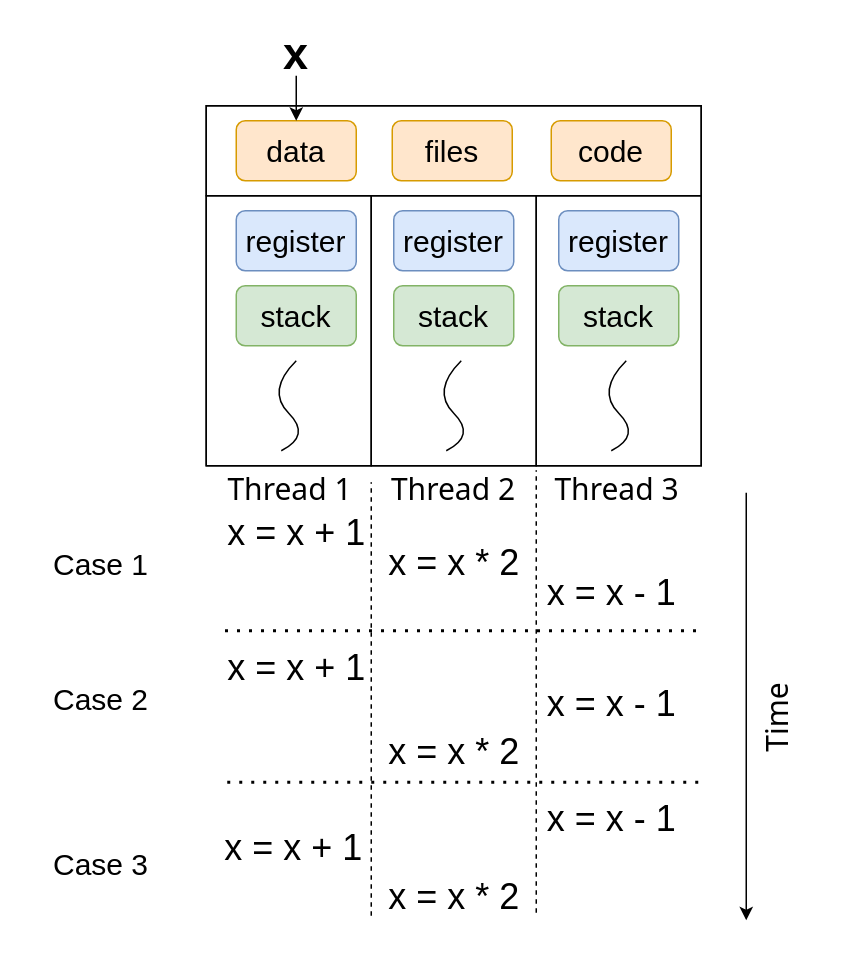
godaai/scale-py-zh keeps this draw.io diagram as drawio/ch-intro/thread-safe.drawio. Above is the earlier version. Source tidied: cells renumbered, new cells numbered last; positions are measured from the earlier drawing's top-left corner, leaving out a move shared by most shapes. Both pictures are drawn from the tidied source at 150%, with x=0, y=0 at pixel (26, 30).
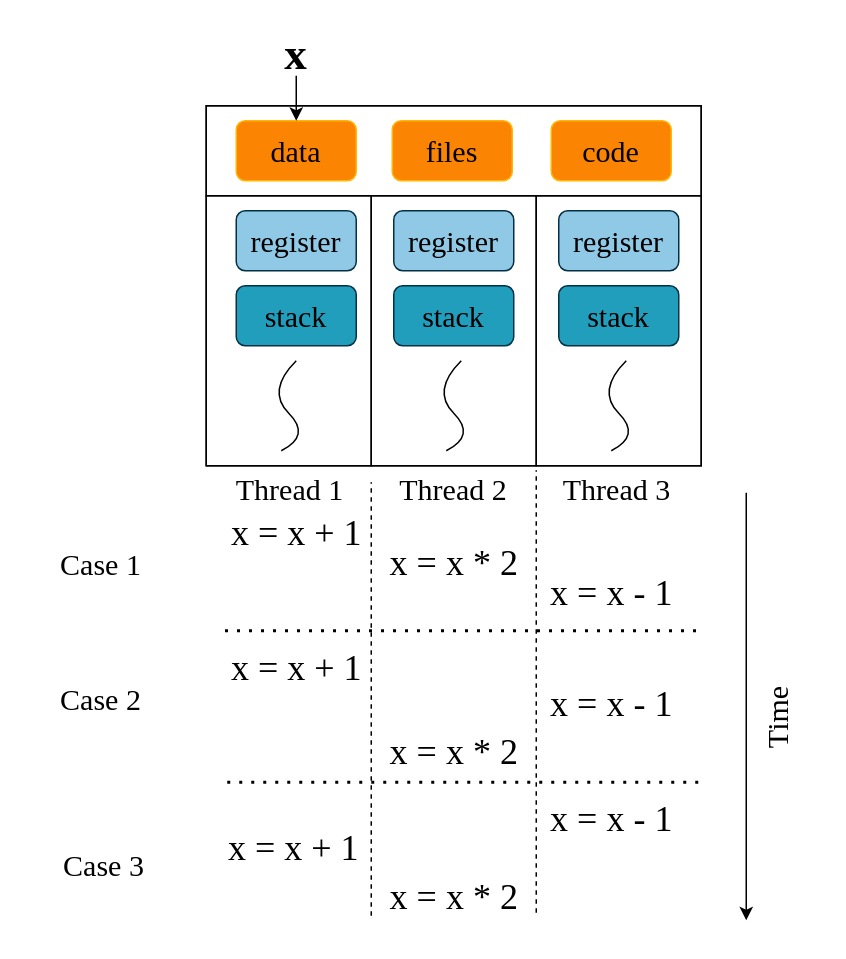
Above is the later version.

Change to the diagram source:
```diff
@@
-    <mxCell id="2" style="rounded=0;whiteSpace=wrap;html=1;fontSize=18;fillColor=none;" parent="1" vertex="1">
+    <mxCell id="2" style="rounded=0;whiteSpace=wrap;html=1;fontSize=18;fillColor=none;fontFamily=Times New Roman;" parent="1" vertex="1">
       <mxGeometry x="340" y="110" width="110" height="180" as="geometry" />
     </mxCell>
-    <mxCell id="3" style="rounded=0;whiteSpace=wrap;html=1;fontSize=18;fillColor=none;" parent="1" vertex="1">
+    <mxCell id="3" style="rounded=0;whiteSpace=wrap;html=1;fontSize=18;fillColor=none;fontFamily=Times New Roman;" parent="1" vertex="1">
       <mxGeometry x="120" y="110" width="110" height="180" as="geometry" />
     </mxCell>
-    <mxCell id="4" style="rounded=0;whiteSpace=wrap;html=1;fillColor=none;" parent="1" vertex="1">
+    <mxCell id="4" style="rounded=0;whiteSpace=wrap;html=1;fillColor=none;fontFamily=Times New Roman;" parent="1" vertex="1">
       <mxGeometry x="120" y="50" width="330" height="240" as="geometry" />
     </mxCell>
-    <mxCell id="5" style="rounded=0;whiteSpace=wrap;html=1;fillColor=none;" parent="1" vertex="1">
+    <mxCell id="5" style="rounded=0;whiteSpace=wrap;html=1;fillColor=none;fontFamily=Times New Roman;" parent="1" vertex="1">
       <mxGeometry x="120" y="50" width="330" height="60" as="geometry" />
     </mxCell>
-    <mxCell id="6" value="data" style="rounded=1;whiteSpace=wrap;html=1;fillColor=#ffe6cc;strokeColor=#d79b00;fontSize=20;" parent="1" vertex="1">
+    <mxCell id="6" value="data" style="rounded=1;whiteSpace=wrap;html=1;fillColor=#FB8402;strokeColor=#FFB703;fontSize=20;fontFamily=Times New Roman;" parent="1" vertex="1">
       <mxGeometry x="140" y="60" width="80" height="40" as="geometry" />
     </mxCell>
-    <mxCell id="7" value="files" style="rounded=1;whiteSpace=wrap;html=1;fillColor=#ffe6cc;strokeColor=#d79b00;fontSize=20;" parent="1" vertex="1">
+    <mxCell id="7" value="files" style="rounded=1;whiteSpace=wrap;html=1;fillColor=#FB8402;strokeColor=#FFB703;fontSize=20;fontFamily=Times New Roman;" parent="1" vertex="1">
       <mxGeometry x="244" y="60" width="80" height="40" as="geometry" />
     </mxCell>
-    <mxCell id="8" style="curved=1;endArrow=none;html=1;rounded=0;fontSize=18;endFill=0;" parent="1" edge="1">
+    <mxCell id="8" style="curved=1;endArrow=none;html=1;rounded=0;fontSize=18;endFill=0;fontFamily=Times New Roman;" parent="1" edge="1">
       <mxGeometry relative="1" as="geometry">
         <mxPoint x="170" y="280" as="sourcePoint" />
         <mxPoint x="180" y="220" as="targetPoint" />
         <Array as="points">
           <mxPoint x="190" y="270" />
           <mxPoint x="160" y="240" />
         </Array>
       </mxGeometry>
     </mxCell>
-    <mxCell id="9" value="code" style="rounded=1;whiteSpace=wrap;html=1;fillColor=#ffe6cc;strokeColor=#d79b00;fontSize=20;" parent="1" vertex="1">
+    <mxCell id="9" value="code" style="rounded=1;whiteSpace=wrap;html=1;fillColor=#FB8402;strokeColor=#FFB703;fontSize=20;fontFamily=Times New Roman;" parent="1" vertex="1">
       <mxGeometry x="350" y="60" width="80" height="40" as="geometry" />
     </mxCell>
-    <mxCell id="10" style="rounded=0;whiteSpace=wrap;html=1;fontSize=18;fillColor=none;" parent="1" vertex="1">
+    <mxCell id="10" style="rounded=0;whiteSpace=wrap;html=1;fontSize=18;fillColor=none;fontFamily=Times New Roman;" parent="1" vertex="1">
       <mxGeometry x="230" y="110" width="110" height="180" as="geometry" />
     </mxCell>
-    <mxCell id="11" style="curved=1;endArrow=none;html=1;rounded=0;fontSize=18;endFill=0;" parent="1" edge="1">
+    <mxCell id="11" style="curved=1;endArrow=none;html=1;rounded=0;fontSize=18;endFill=0;fontFamily=Times New Roman;" parent="1" edge="1">
       <mxGeometry relative="1" as="geometry">
         <mxPoint x="280" y="280" as="sourcePoint" />
         <mxPoint x="290" y="220" as="targetPoint" />
         <Array as="points">
           <mxPoint x="300" y="270" />
           <mxPoint x="270" y="240" />
         </Array>
       </mxGeometry>
     </mxCell>
-    <mxCell id="12" style="curved=1;endArrow=none;html=1;rounded=0;fontSize=18;endFill=0;" parent="1" edge="1">
+    <mxCell id="12" style="curved=1;endArrow=none;html=1;rounded=0;fontSize=18;endFill=0;fontFamily=Times New Roman;" parent="1" edge="1">
       <mxGeometry relative="1" as="geometry">
         <mxPoint x="390" y="280" as="sourcePoint" />
         <mxPoint x="400" y="220" as="targetPoint" />
         <Array as="points">
           <mxPoint x="410" y="270" />
           <mxPoint x="380" y="240" />
         </Array>
       </mxGeometry>
     </mxCell>
-    <mxCell id="13" value="register" style="rounded=1;whiteSpace=wrap;html=1;fontSize=20;fillColor=#dae8fc;strokeColor=#6c8ebf;" parent="1" vertex="1">
+    <mxCell id="13" value="register" style="rounded=1;whiteSpace=wrap;html=1;fontSize=20;fillColor=#90C9E6;strokeColor=#023047;fontFamily=Times New Roman;" parent="1" vertex="1">
       <mxGeometry x="140" y="120" width="80" height="40" as="geometry" />
     </mxCell>
-    <mxCell id="14" value="register" style="rounded=1;whiteSpace=wrap;html=1;fontSize=20;fillColor=#dae8fc;strokeColor=#6c8ebf;" parent="1" vertex="1">
+    <mxCell id="14" value="register" style="rounded=1;whiteSpace=wrap;html=1;fontSize=20;fillColor=#90C9E6;strokeColor=#023047;fontFamily=Times New Roman;" parent="1" vertex="1">
       <mxGeometry x="245" y="120" width="80" height="40" as="geometry" />
     </mxCell>
-    <mxCell id="15" value="register" style="rounded=1;whiteSpace=wrap;html=1;fontSize=20;fillColor=#dae8fc;strokeColor=#6c8ebf;" parent="1" vertex="1">
+    <mxCell id="15" value="register" style="rounded=1;whiteSpace=wrap;html=1;fontSize=20;fillColor=#90C9E6;strokeColor=#023047;fontFamily=Times New Roman;" parent="1" vertex="1">
       <mxGeometry x="355" y="120" width="80" height="40" as="geometry" />
     </mxCell>
-    <mxCell id="16" value="stack" style="rounded=1;whiteSpace=wrap;html=1;fontSize=20;fillColor=#d5e8d4;strokeColor=#82b366;" parent="1" vertex="1">
+    <mxCell id="16" value="stack" style="rounded=1;whiteSpace=wrap;html=1;fontSize=20;fillColor=#219EBC;strokeColor=#023047;fontFamily=Times New Roman;" parent="1" vertex="1">
       <mxGeometry x="140" y="170" width="80" height="40" as="geometry" />
     </mxCell>
-    <mxCell id="17" value="stack" style="rounded=1;whiteSpace=wrap;html=1;fontSize=20;fillColor=#d5e8d4;strokeColor=#82b366;" parent="1" vertex="1">
+    <mxCell id="17" value="stack" style="rounded=1;whiteSpace=wrap;html=1;fontSize=20;fillColor=#219EBC;strokeColor=#023047;fontFamily=Times New Roman;" parent="1" vertex="1">
       <mxGeometry x="245" y="170" width="80" height="40" as="geometry" />
     </mxCell>
-    <mxCell id="18" value="stack" style="rounded=1;whiteSpace=wrap;html=1;fontSize=20;fillColor=#d5e8d4;strokeColor=#82b366;" parent="1" vertex="1">
+    <mxCell id="18" value="stack" style="rounded=1;whiteSpace=wrap;html=1;fontSize=20;fillColor=#219EBC;strokeColor=#023047;fontFamily=Times New Roman;" parent="1" vertex="1">
       <mxGeometry x="355" y="170" width="80" height="40" as="geometry" />
     </mxCell>
-    <mxCell id="19" value="&lt;font size=&quot;1&quot; style=&quot;&quot;&gt;&lt;b style=&quot;font-size: 30px;&quot;&gt;x&lt;/b&gt;&lt;/font&gt;" style="text;html=1;strokeColor=none;fillColor=none;align=center;verticalAlign=middle;whiteSpace=wrap;rounded=0;" parent="1" vertex="1">
+    <mxCell id="19" value="&lt;font size=&quot;1&quot; style=&quot;&quot;&gt;&lt;b style=&quot;font-size: 30px;&quot;&gt;x&lt;/b&gt;&lt;/font&gt;" style="text;html=1;strokeColor=none;fillColor=none;align=center;verticalAlign=middle;whiteSpace=wrap;rounded=0;fontFamily=Times New Roman;" parent="1" vertex="1">
       <mxGeometry x="150" width="60" height="30" as="geometry" />
     </mxCell>
-    <mxCell id="20" style="endArrow=classic;html=1;rounded=0;fontSize=24;exitX=0.5;exitY=1;exitDx=0;exitDy=0;" parent="1" edge="1" source="19" target="6">
+    <mxCell id="20" style="endArrow=classic;html=1;rounded=0;fontSize=24;exitX=0.5;exitY=1;exitDx=0;exitDy=0;fontFamily=Times New Roman;" parent="1" edge="1" source="19" target="6">
       <mxGeometry relative="1" as="geometry" />
     </mxCell>
-    <mxCell id="21" value="x = x + 1" style="text;html=1;strokeColor=none;fillColor=none;align=center;verticalAlign=middle;whiteSpace=wrap;rounded=0;fontSize=24;" parent="1" vertex="1">
+    <mxCell id="21" value="x = x + 1" style="text;html=1;strokeColor=none;fillColor=none;align=center;verticalAlign=middle;whiteSpace=wrap;rounded=0;fontSize=24;fontFamily=Times New Roman;" parent="1" vertex="1">
       <mxGeometry x="132.5" y="320" width="95" height="30" as="geometry" />
     </mxCell>
-    <mxCell id="22" value="x = x * 2" style="text;html=1;strokeColor=none;fillColor=none;align=center;verticalAlign=middle;whiteSpace=wrap;rounded=0;fontSize=24;" parent="1" vertex="1">
+    <mxCell id="22" value="x = x * 2" style="text;html=1;strokeColor=none;fillColor=none;align=center;verticalAlign=middle;whiteSpace=wrap;rounded=0;fontSize=24;fontFamily=Times New Roman;" parent="1" vertex="1">
       <mxGeometry x="237.5" y="340" width="95" height="30" as="geometry" />
     </mxCell>
-    <mxCell id="23" value="x = x - 1" style="text;html=1;strokeColor=none;fillColor=none;align=center;verticalAlign=middle;whiteSpace=wrap;rounded=0;fontSize=24;" parent="1" vertex="1">
+    <mxCell id="23" value="x = x - 1" style="text;html=1;strokeColor=none;fillColor=none;align=center;verticalAlign=middle;whiteSpace=wrap;rounded=0;fontSize=24;fontFamily=Times New Roman;" parent="1" vertex="1">
       <mxGeometry x="342.5" y="360" width="95" height="30" as="geometry" />
     </mxCell>
-    <mxCell id="24" style="endArrow=classic;html=1;rounded=0;fontSize=24;" parent="1" edge="1">
+    <mxCell id="24" style="endArrow=classic;html=1;rounded=0;fontSize=24;fontFamily=Times New Roman;" parent="1" edge="1">
       <mxGeometry relative="1" as="geometry">
         <mxPoint x="480" y="308" as="sourcePoint" />
         <mxPoint x="480" y="593" as="targetPoint" />
       </mxGeometry>
     </mxCell>
-    <mxCell id="25" style="endArrow=none;dashed=1;html=1;rounded=0;fontSize=24;" parent="1" edge="1">
+    <mxCell id="25" style="endArrow=none;dashed=1;html=1;rounded=0;fontSize=24;fontFamily=Times New Roman;" parent="1" edge="1">
       <mxGeometry relative="1" as="geometry">
         <mxPoint x="230" y="590" as="sourcePoint" />
         <mxPoint x="230" y="301" as="targetPoint" />
       </mxGeometry>
     </mxCell>
-    <mxCell id="26" style="endArrow=none;dashed=1;html=1;rounded=0;fontSize=24;" parent="1" edge="1">
+    <mxCell id="26" style="endArrow=none;dashed=1;html=1;rounded=0;fontSize=24;fontFamily=Times New Roman;" parent="1" edge="1">
       <mxGeometry relative="1" as="geometry">
         <mxPoint x="340" y="588" as="sourcePoint" />
         <mxPoint x="340" y="293" as="targetPoint" />
       </mxGeometry>
     </mxCell>
-    <mxCell id="27" value="&lt;font style=&quot;font-size: 20px;&quot; face=&quot;Tahoma&quot;&gt;Thread 1&lt;/font&gt;" style="text;html=1;strokeColor=none;fillColor=none;align=center;verticalAlign=middle;whiteSpace=wrap;rounded=0;fontSize=24;" parent="1" vertex="1">
+    <mxCell id="27" value="&lt;font style=&quot;font-size: 20px;&quot;&gt;Thread 1&lt;/font&gt;" style="text;html=1;strokeColor=none;fillColor=none;align=center;verticalAlign=middle;whiteSpace=wrap;rounded=0;fontSize=24;fontFamily=Times New Roman;" parent="1" vertex="1">
       <mxGeometry x="126.2" y="290" width="100" height="30" as="geometry" />
     </mxCell>
-    <mxCell id="28" value="&lt;font style=&quot;font-size: 20px;&quot; face=&quot;Tahoma&quot;&gt;Thread 2&lt;/font&gt;" style="text;html=1;strokeColor=none;fillColor=none;align=center;verticalAlign=middle;whiteSpace=wrap;rounded=0;fontSize=24;" parent="1" vertex="1">
+    <mxCell id="28" value="&lt;font style=&quot;font-size: 20px;&quot;&gt;Thread 2&lt;/font&gt;" style="text;html=1;strokeColor=none;fillColor=none;align=center;verticalAlign=middle;whiteSpace=wrap;rounded=0;fontSize=24;fontFamily=Times New Roman;" parent="1" vertex="1">
       <mxGeometry x="235" y="290" width="100" height="30" as="geometry" />
     </mxCell>
-    <mxCell id="29" value="&lt;font style=&quot;font-size: 20px;&quot; face=&quot;Tahoma&quot;&gt;Thread 3&lt;/font&gt;" style="text;html=1;strokeColor=none;fillColor=none;align=center;verticalAlign=middle;whiteSpace=wrap;rounded=0;fontSize=24;" parent="1" vertex="1">
+    <mxCell id="29" value="&lt;font style=&quot;font-size: 20px;&quot;&gt;Thread 3&lt;/font&gt;" style="text;html=1;strokeColor=none;fillColor=none;align=center;verticalAlign=middle;whiteSpace=wrap;rounded=0;fontSize=24;fontFamily=Times New Roman;" parent="1" vertex="1">
       <mxGeometry x="343.8" y="290" width="100" height="30" as="geometry" />
     </mxCell>
-    <mxCell id="30" value="Time" style="text;html=1;strokeColor=none;fillColor=none;align=center;verticalAlign=middle;whiteSpace=wrap;rounded=0;fontFamily=Tahoma;fontSize=20;horizontal=0;" parent="1" vertex="1">
+    <mxCell id="30" value="Time" style="text;html=1;strokeColor=none;fillColor=none;align=center;verticalAlign=middle;whiteSpace=wrap;rounded=0;fontFamily=Times New Roman;fontSize=20;horizontal=0;" parent="1" vertex="1">
       <mxGeometry x="470" y="443" width="60" height="30" as="geometry" />
     </mxCell>
-    <mxCell id="31" style="endArrow=none;dashed=1;html=1;dashPattern=1 3;strokeWidth=2;rounded=0;fontFamily=Tahoma;fontSize=20;" parent="1" edge="1">
+    <mxCell id="31" style="endArrow=none;dashed=1;html=1;dashPattern=1 3;strokeWidth=2;rounded=0;fontFamily=Times New Roman;fontSize=20;" parent="1" edge="1">
       <mxGeometry relative="1" as="geometry">
         <mxPoint x="132.5" y="400" as="sourcePoint" />
         <mxPoint x="452.5" y="400" as="targetPoint" />
       </mxGeometry>
     </mxCell>
-    <mxCell id="32" value="x = x + 1" style="text;html=1;strokeColor=none;fillColor=none;align=center;verticalAlign=middle;whiteSpace=wrap;rounded=0;fontSize=24;" parent="1" vertex="1">
+    <mxCell id="32" value="x = x + 1" style="text;html=1;strokeColor=none;fillColor=none;align=center;verticalAlign=middle;whiteSpace=wrap;rounded=0;fontSize=24;fontFamily=Times New Roman;" parent="1" vertex="1">
       <mxGeometry x="132.5" y="410" width="95" height="30" as="geometry" />
     </mxCell>
-    <mxCell id="33" value="x = x * 2" style="text;html=1;strokeColor=none;fillColor=none;align=center;verticalAlign=middle;whiteSpace=wrap;rounded=0;fontSize=24;" parent="1" vertex="1">
+    <mxCell id="33" value="x = x * 2" style="text;html=1;strokeColor=none;fillColor=none;align=center;verticalAlign=middle;whiteSpace=wrap;rounded=0;fontSize=24;fontFamily=Times New Roman;" parent="1" vertex="1">
       <mxGeometry x="237.5" y="466" width="95" height="30" as="geometry" />
     </mxCell>
-    <mxCell id="34" value="x = x - 1" style="text;html=1;strokeColor=none;fillColor=none;align=center;verticalAlign=middle;whiteSpace=wrap;rounded=0;fontSize=24;" parent="1" vertex="1">
+    <mxCell id="34" value="x = x - 1" style="text;html=1;strokeColor=none;fillColor=none;align=center;verticalAlign=middle;whiteSpace=wrap;rounded=0;fontSize=24;fontFamily=Times New Roman;" parent="1" vertex="1">
       <mxGeometry x="342.5" y="434" width="95" height="30" as="geometry" />
     </mxCell>
-    <mxCell id="35" style="endArrow=none;dashed=1;html=1;dashPattern=1 3;strokeWidth=2;rounded=0;fontFamily=Tahoma;fontSize=20;" parent="1" edge="1">
+    <mxCell id="35" style="endArrow=none;dashed=1;html=1;dashPattern=1 3;strokeWidth=2;rounded=0;fontFamily=Times New Roman;fontSize=20;" parent="1" edge="1">
       <mxGeometry relative="1" as="geometry">
         <mxPoint x="134" y="501" as="sourcePoint" />
         <mxPoint x="454" y="501" as="targetPoint" />
       </mxGeometry>
     </mxCell>
-    <mxCell id="36" value="x = x + 1" style="text;html=1;strokeColor=none;fillColor=none;align=center;verticalAlign=middle;whiteSpace=wrap;rounded=0;fontSize=24;" parent="1" vertex="1">
+    <mxCell id="36" value="x = x + 1" style="text;html=1;strokeColor=none;fillColor=none;align=center;verticalAlign=middle;whiteSpace=wrap;rounded=0;fontSize=24;fontFamily=Times New Roman;" parent="1" vertex="1">
       <mxGeometry x="131.2" y="530" width="95" height="30" as="geometry" />
     </mxCell>
-    <mxCell id="37" value="x = x * 2" style="text;html=1;strokeColor=none;fillColor=none;align=center;verticalAlign=middle;whiteSpace=wrap;rounded=0;fontSize=24;" parent="1" vertex="1">
+    <mxCell id="37" value="x = x * 2" style="text;html=1;strokeColor=none;fillColor=none;align=center;verticalAlign=middle;whiteSpace=wrap;rounded=0;fontSize=24;fontFamily=Times New Roman;" parent="1" vertex="1">
       <mxGeometry x="237.5" y="563" width="95" height="30" as="geometry" />
     </mxCell>
-    <mxCell id="38" value="x = x - 1" style="text;html=1;strokeColor=none;fillColor=none;align=center;verticalAlign=middle;whiteSpace=wrap;rounded=0;fontSize=24;" parent="1" vertex="1">
+    <mxCell id="38" value="x = x - 1" style="text;html=1;strokeColor=none;fillColor=none;align=center;verticalAlign=middle;whiteSpace=wrap;rounded=0;fontSize=24;fontFamily=Times New Roman;" parent="1" vertex="1">
       <mxGeometry x="342.5" y="511" width="95" height="30" as="geometry" />
     </mxCell>
-    <mxCell id="39" value="&lt;font face=&quot;Helvetica&quot;&gt;Case 1&lt;/font&gt;" style="text;html=1;strokeColor=none;fillColor=none;align=center;verticalAlign=middle;whiteSpace=wrap;rounded=0;fontFamily=Tahoma;fontSize=20;" parent="1" vertex="1">
+    <mxCell id="39" value="&lt;font&gt;Case 1&lt;/font&gt;" style="text;html=1;strokeColor=none;fillColor=none;align=center;verticalAlign=middle;whiteSpace=wrap;rounded=0;fontFamily=Times New Roman;fontSize=20;" parent="1" vertex="1">
       <mxGeometry y="340" width="100" height="30" as="geometry" />
     </mxCell>
-    <mxCell id="40" value="&lt;font face=&quot;Helvetica&quot;&gt;Case 2&lt;/font&gt;" style="text;html=1;strokeColor=none;fillColor=none;align=center;verticalAlign=middle;whiteSpace=wrap;rounded=0;fontFamily=Tahoma;fontSize=20;" parent="1" vertex="1">
+    <mxCell id="40" value="&lt;font&gt;Case 2&lt;/font&gt;" style="text;html=1;strokeColor=none;fillColor=none;align=center;verticalAlign=middle;whiteSpace=wrap;rounded=0;fontFamily=Times New Roman;fontSize=20;" parent="1" vertex="1">
       <mxGeometry y="430" width="100" height="30" as="geometry" />
     </mxCell>
-    <mxCell id="41" value="&lt;font face=&quot;Helvetica&quot;&gt;Case 3&lt;/font&gt;" style="text;html=1;strokeColor=none;fillColor=none;align=center;verticalAlign=middle;whiteSpace=wrap;rounded=0;fontFamily=Tahoma;fontSize=20;" parent="1" vertex="1">
-      <mxGeometry y="540" width="100" height="30" as="geometry" />
+    <mxCell id="41" value="&lt;font&gt;Case 3&lt;/font&gt;" style="text;html=1;strokeColor=none;fillColor=none;align=center;verticalAlign=middle;whiteSpace=wrap;rounded=0;fontFamily=Times New Roman;fontSize=20;" parent="1" vertex="1">
+      <mxGeometry x="2" y="541" width="100" height="30" as="geometry" />
     </mxCell>
```
